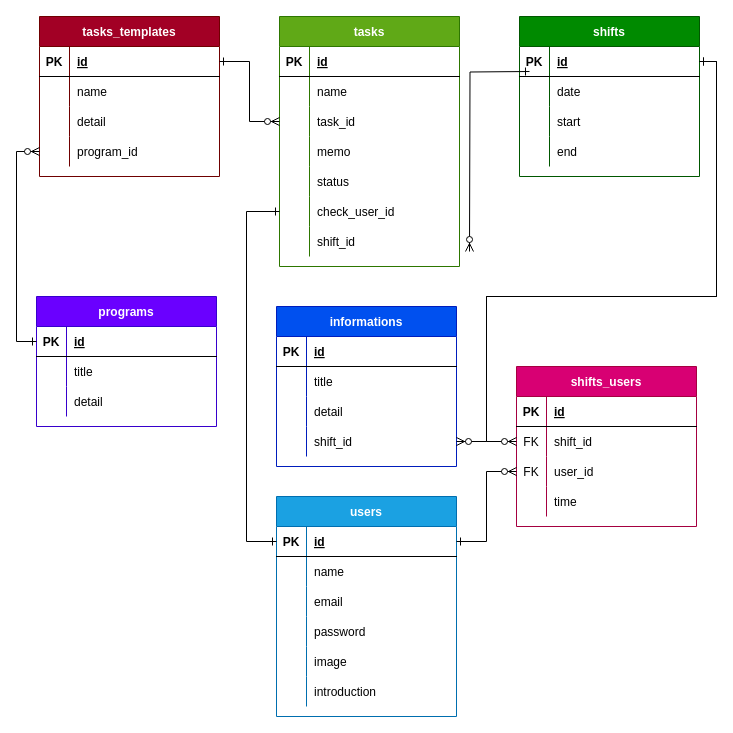
Before: data.drawio in yumekiti-archive/OC_Task, a draw.io diagram. Source tidied: cells renumbered, new cells numbered last; positions are measured from the earlier drawing's top-left corner, leaving out a move shared by most shapes. Both pictures are drawn from the tidied source at 100%, with x=0, y=0 at pixel (16, 16).
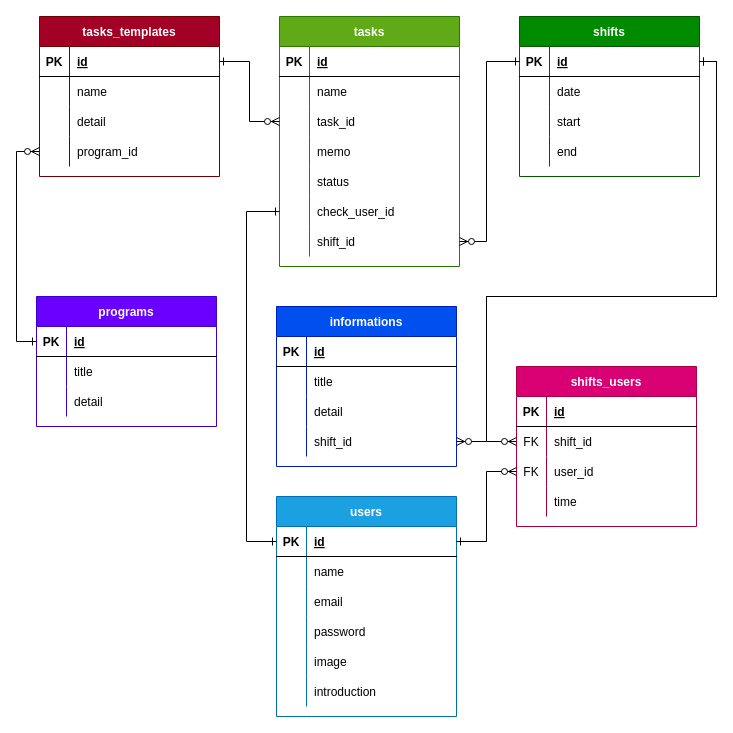
The same diagram, later.

The change refers to these unchanged cells:
```xml
<mxCell id="21" style="shape=partialRectangle;fillColor=none;top=0;left=0;bottom=0;right=0;points=[[0,0.5],[1,0.5]];portConstraint=eastwest;" parent="2" vertex="1">
  <mxGeometry y="210" width="180" height="30" as="geometry" />
</mxCell>
<mxCell id="25" style="shape=partialRectangle;fillColor=none;top=0;left=0;bottom=1;right=0;points=[[0,0.5],[1,0.5]];portConstraint=eastwest;" parent="24" vertex="1">
  <mxGeometry y="30" width="180" height="30" as="geometry" />
</mxCell>
```

Diff of the diagram source:
```diff
@@
-    <mxCell id="111" style="edgeStyle=orthogonalEdgeStyle;fontSize=12;html=1;endArrow=ERzeroToMany;endFill=1;entryX=1;entryY=0.5;entryDx=0;entryDy=0;startArrow=ERone;startFill=0;exitX=0;exitY=0.5;exitDx=0;exitDy=0;rounded=0;" parent="1" edge="1">
+    <mxCell id="111" style="edgeStyle=orthogonalEdgeStyle;fontSize=12;html=1;endArrow=ERzeroToMany;endFill=1;startArrow=ERone;startFill=0;exitX=0;exitY=0.5;exitDx=0;exitDy=0;rounded=0;" parent="1" edge="1" source="25" target="21">
       <mxGeometry relative="1" as="geometry">
-        <mxPoint x="513" y="55" as="sourcePoint" />
-        <mxPoint x="453" y="235" as="targetPoint" />
+        <Array as="points">
+          <mxPoint x="470" y="45" />
+          <mxPoint x="470" y="225" />
+        </Array>
       </mxGeometry>
     </mxCell>
```
